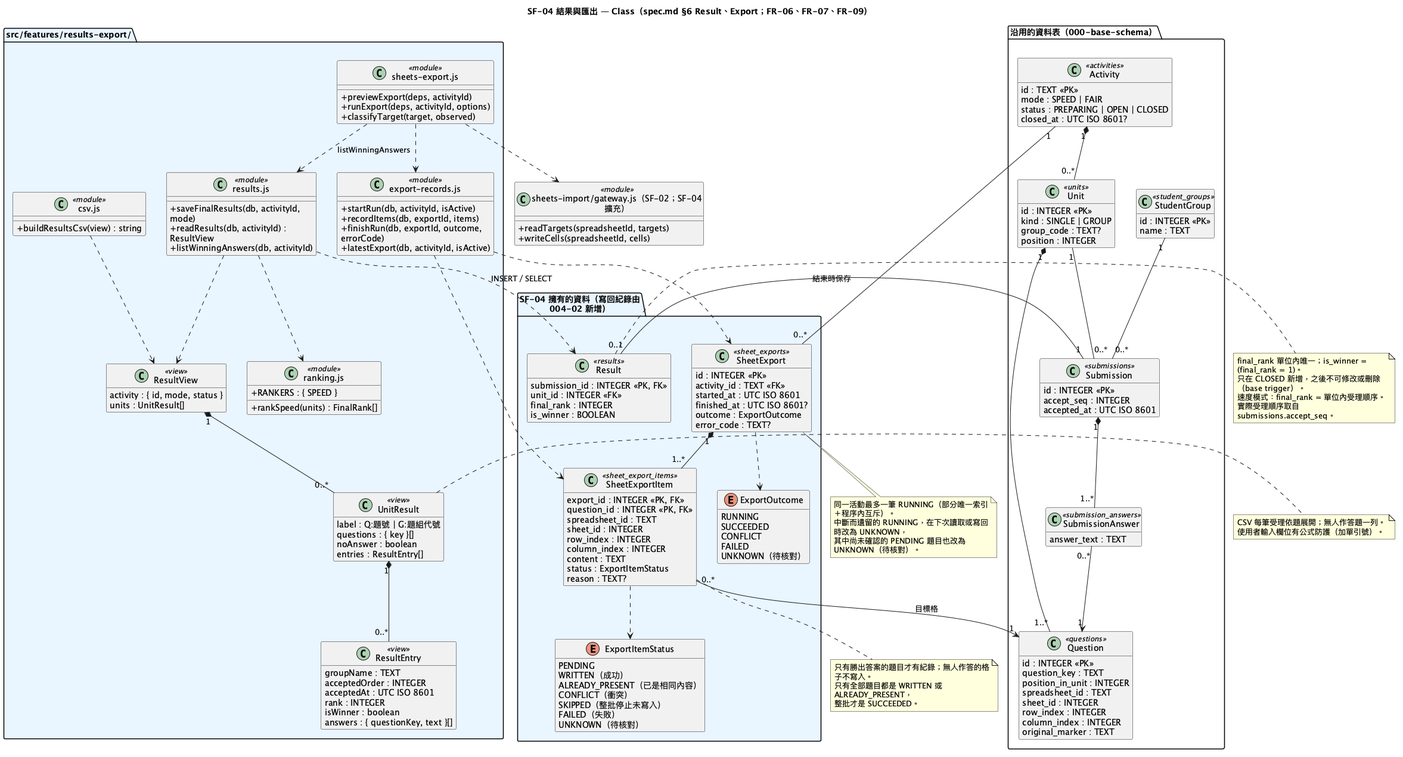
The PlantUML diagram diagrams/004-results-export-class.png in tom1030507/classroom-buzzer-system-speckit, before a commit.
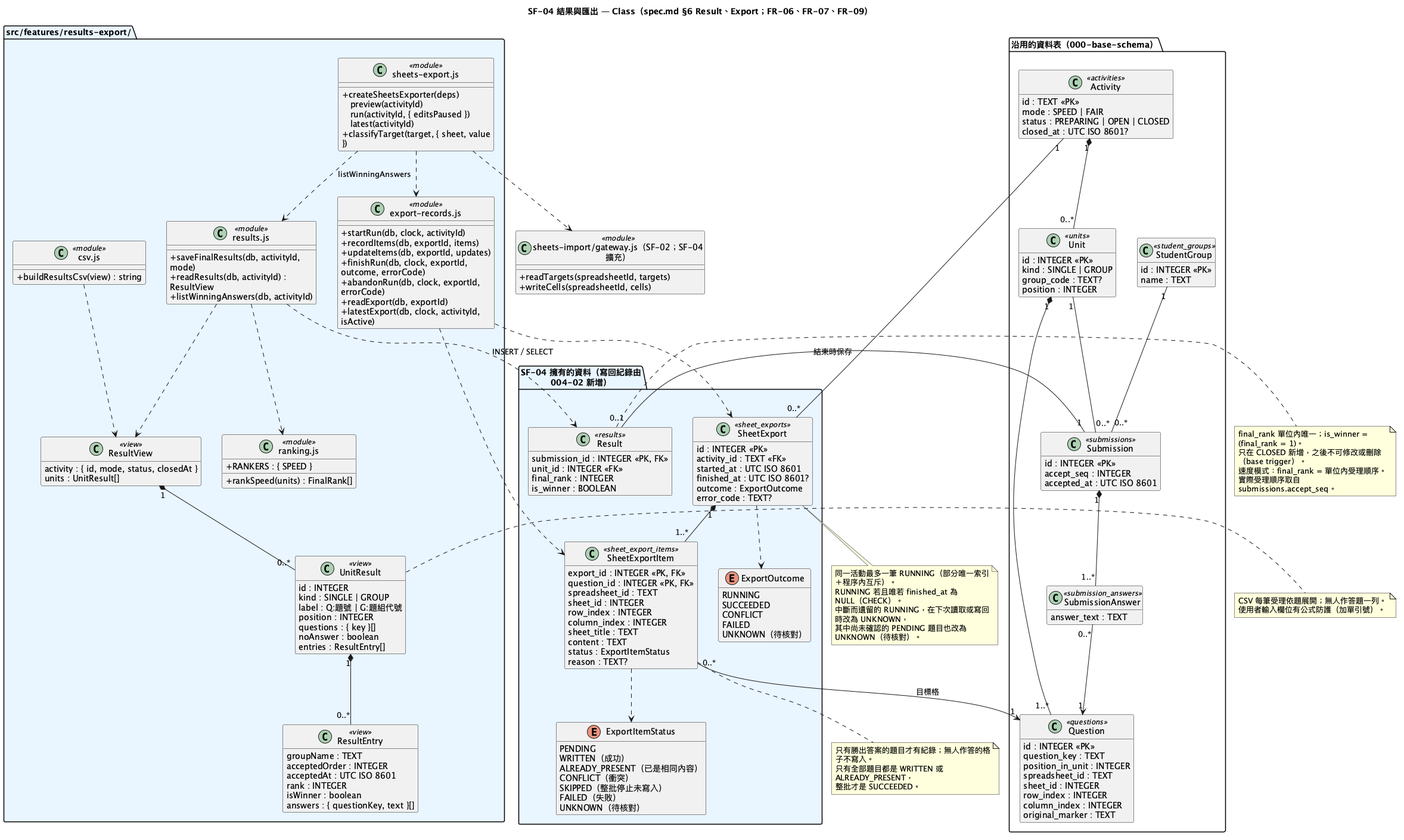
The same file after the commit.

The edit, as a diff of the source:
```diff
@@ -64,6 +64,7 @@
     sheet_id : INTEGER
     row_index : INTEGER
     column_index : INTEGER
+    sheet_title : TEXT
     content : TEXT
     status : ExportItemStatus
     reason : TEXT?
@@ -100,22 +101,30 @@
     +buildResultsCsv(view) : string
   }
   class "sheets-export.js" as ExportModule <<module>> {
-    +previewExport(deps, activityId)
-    +runExport(deps, activityId, options)
-    +classifyTarget(target, observed)
+    +createSheetsExporter(deps)
+    　preview(activityId)
+    　run(activityId, { editsPaused })
+    　latest(activityId)
+    +classifyTarget(target, { sheet, value })
   }
   class "export-records.js" as RecordsModule <<module>> {
-    +startRun(db, activityId, isActive)
+    +startRun(db, clock, activityId)
     +recordItems(db, exportId, items)
-    +finishRun(db, exportId, outcome, errorCode)
-    +latestExport(db, activityId, isActive)
+    +updateItems(db, exportId, updates)
+    +finishRun(db, clock, exportId, outcome, errorCode)
+    +abandonRun(db, clock, exportId, errorCode)
+    +readExport(db, exportId)
+    +latestExport(db, clock, activityId, isActive)
   }
   class ResultView <<view>> {
-    activity : { id, mode, status }
+    activity : { id, mode, status, closedAt }
     units : UnitResult[]
   }
   class UnitResult <<view>> {
+    id : INTEGER
+    kind : SINGLE | GROUP
     label : Q:題號 | G:題組代號
+    position : INTEGER
     questions : { key }[]
     noAnswer : boolean
     entries : ResultEntry[]
@@ -169,6 +178,7 @@
 
 note bottom of SheetExport
   同一活動最多一筆 RUNNING（部分唯一索引＋程序內互斥）。
+  RUNNING 若且唯若 finished_at 為 NULL（CHECK）。
   中斷而遺留的 RUNNING，在下次讀取或寫回時改為 UNKNOWN，
   其中尚未確認的 PENDING 題目也改為 UNKNOWN（待核對）。
 end note
```
